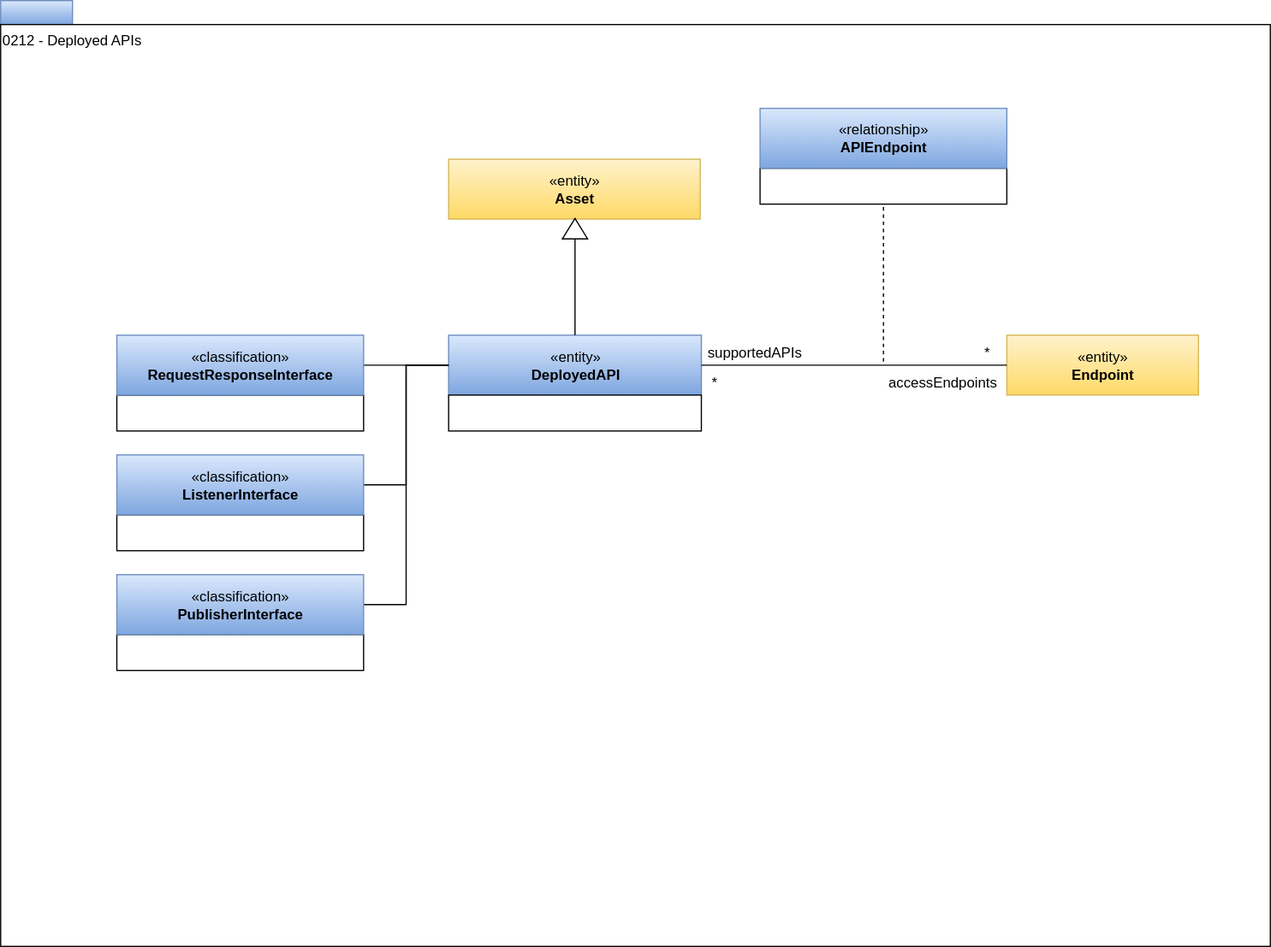
Above: site/docs/types/2/0212-Deployed-APIs.svg in odpi/egeria-docs (draw.io), before the change. Source tidied: cells renumbered, new cells last; positions are measured from the earlier drawing's top-left corner, leaving out a move shared by most shapes.
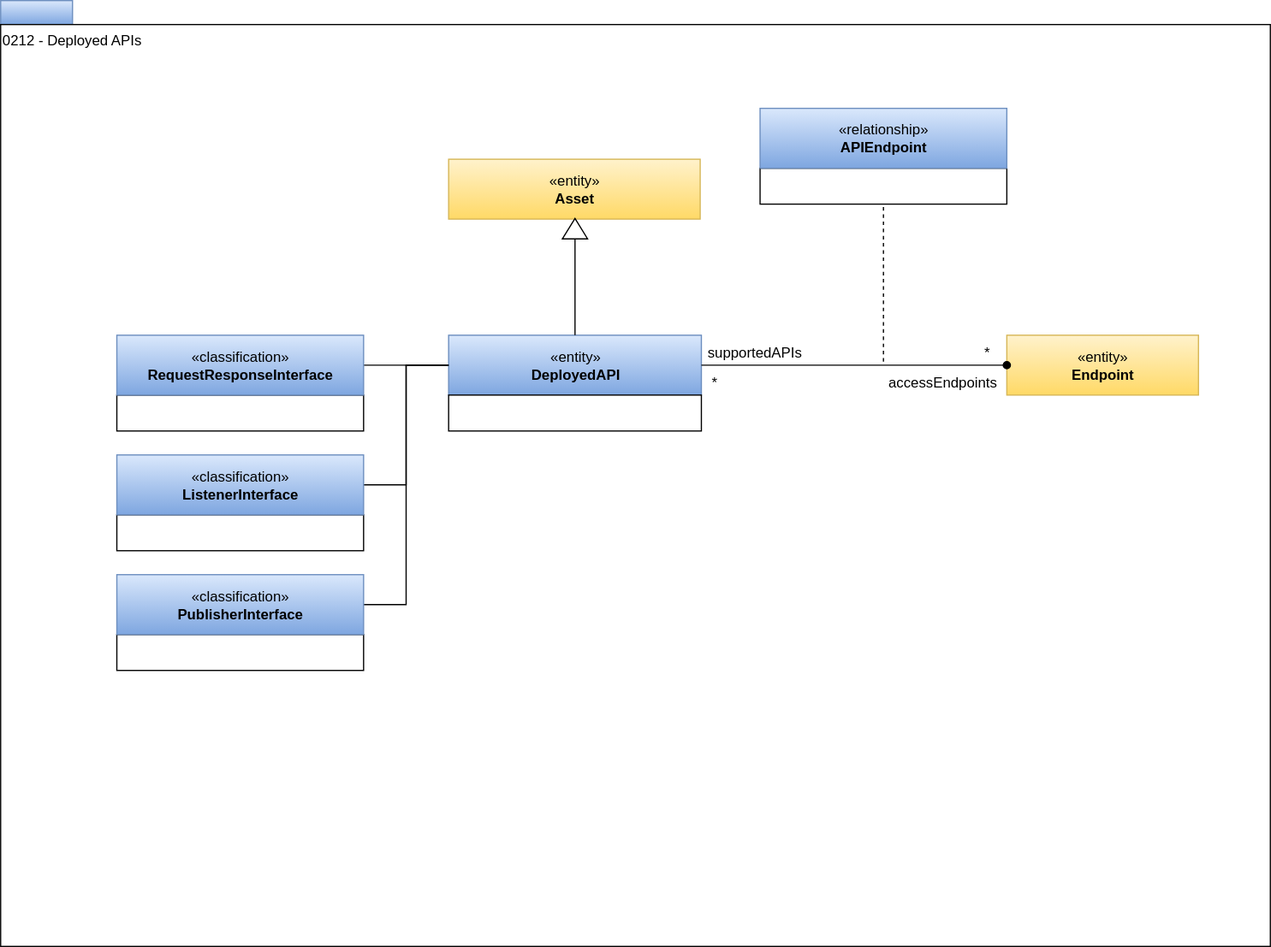
Above is the later version.

Change to the diagram source:
```diff
@@ -23,7 +23,7 @@
     <mxCell id="8" value="«entity»&lt;br&gt;&lt;b&gt;Endpoint&lt;/b&gt;" style="html=1;strokeColor=#d6b656;align=center;fillColor=#fff2cc;gradientColor=#ffd966;" parent="1" vertex="1">
       <mxGeometry x="840" y="279.5" width="160" height="50" as="geometry" />
     </mxCell>
-    <mxCell id="9" style="endArrow=none;html=1;entryX=1;entryY=0.5;" parent="1" edge="1" source="8" target="4">
+    <mxCell id="9" style="endArrow=none;html=1;entryX=1;entryY=0.5;startArrow=oval;startFill=1;" parent="1" edge="1" source="8" target="4">
       <mxGeometry relative="1" as="geometry" />
     </mxCell>
     <mxCell id="10" value="*" style="text;html=1;strokeColor=none;fillColor=none;align=center;verticalAlign=middle;whiteSpace=wrap;rounded=0;" parent="1" vertex="1">
```
